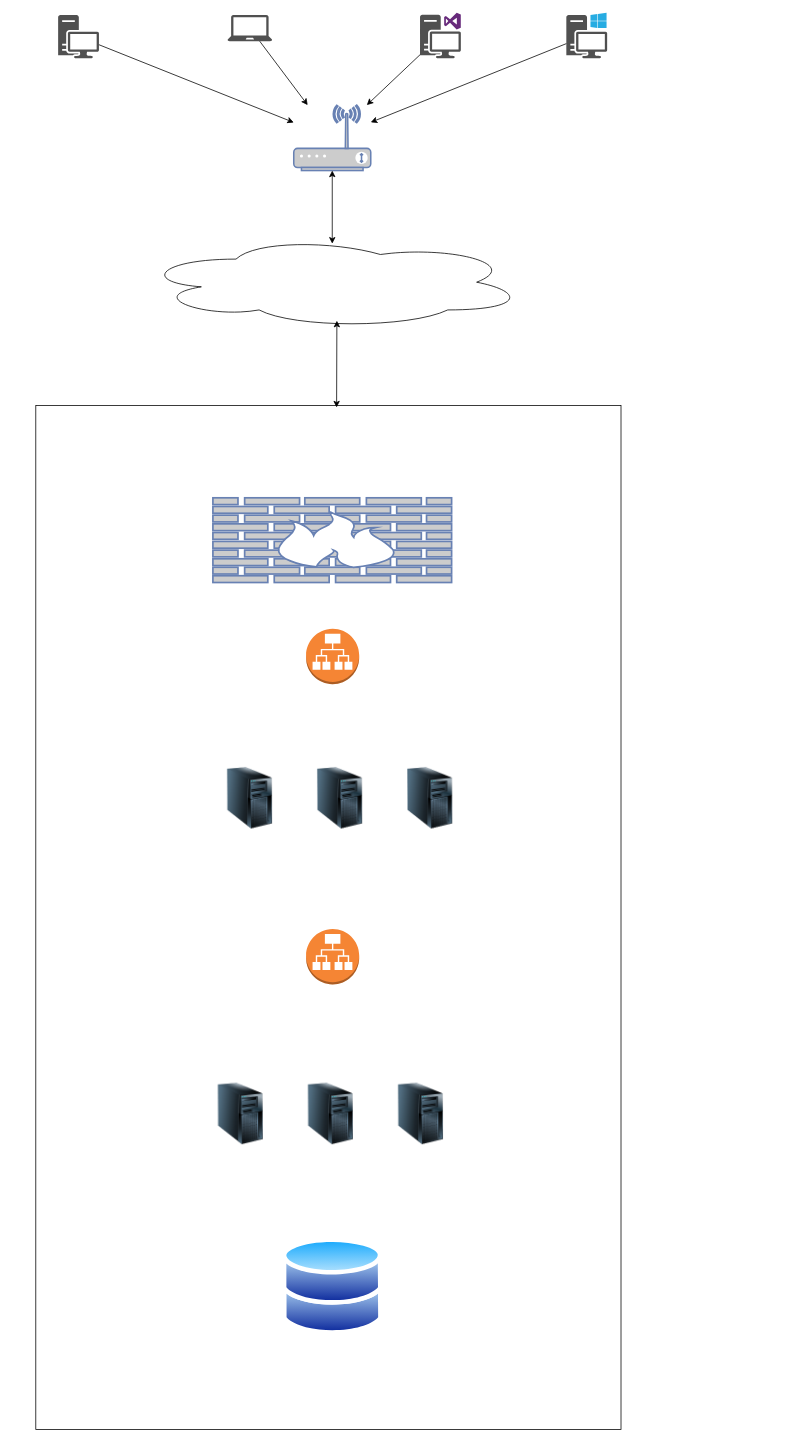
The draw.io diagram Untitled Diagram.drawio in poojamoulika06/diagrams, before the edit. Source tidied: cells renumbered, new cells numbered last; positions are measured from the earlier drawing's top-left corner, leaving out a move shared by most shapes. Both pictures are drawn from the tidied source at 77%, with x=0, y=0 at pixel (35, 12).
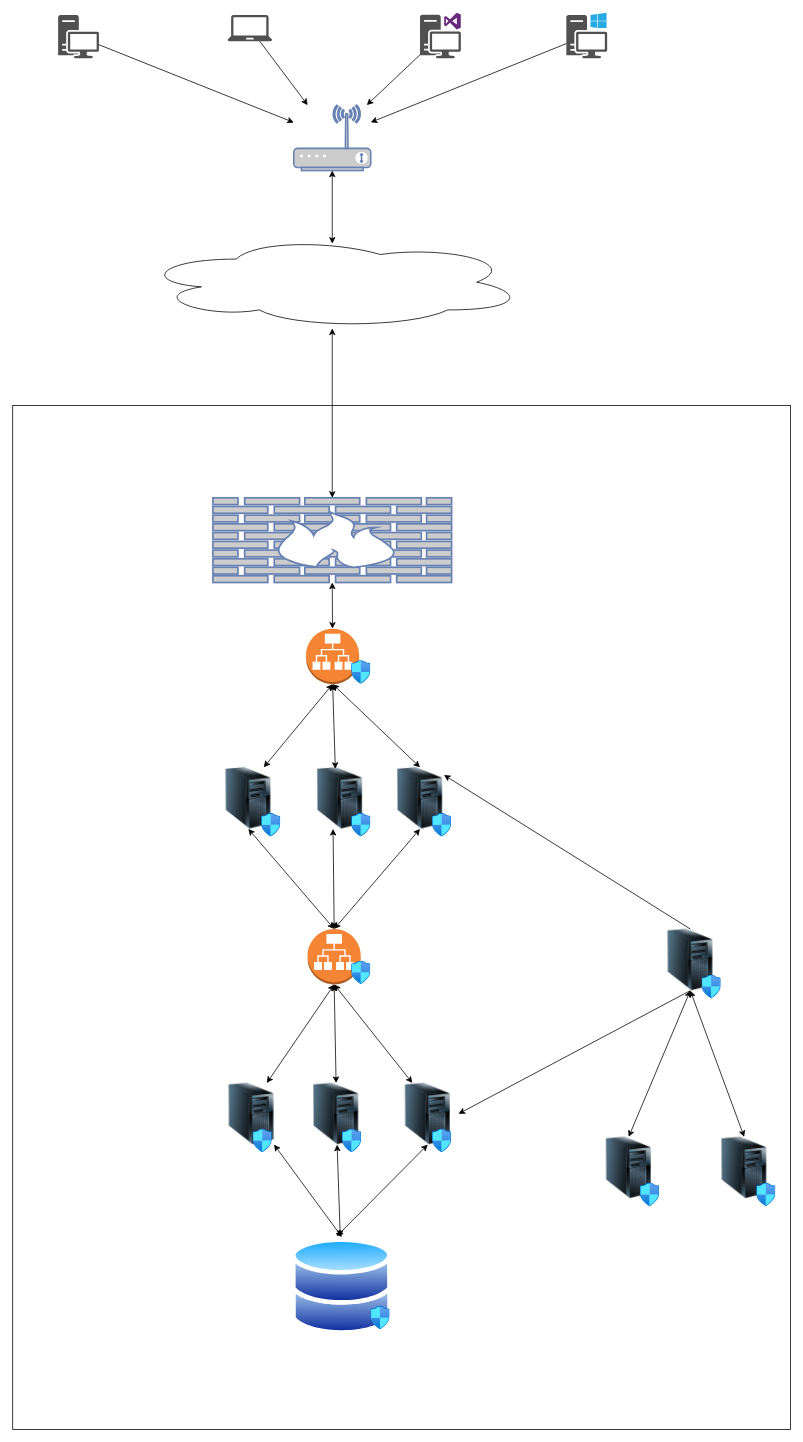
Above is the later version.

Unchanged cells that the change refers to:
```xml
<mxCell id="11" style="ellipse;shape=cloud;whiteSpace=wrap;html=1;" parent="1" vertex="1">
  <mxGeometry x="135" y="290" width="500" height="120" as="geometry" />
</mxCell>
<mxCell id="15" style="fontColor=#0066CC;verticalAlign=top;verticalLabelPosition=bottom;labelPosition=center;align=center;html=1;outlineConnect=0;fillColor=#CCCCCC;strokeColor=#6881B3;gradientColor=none;gradientDirection=north;strokeWidth=2;shape=mxgraph.networks.firewall;" parent="1" vertex="1">
  <mxGeometry x="230" y="630" width="310" height="110" as="geometry" />
</mxCell>
<mxCell id="16" style="outlineConnect=0;dashed=0;verticalLabelPosition=bottom;verticalAlign=top;align=center;html=1;shape=mxgraph.aws3.application_load_balancer;fillColor=#F58534;gradientColor=none;" parent="1" vertex="1">
  <mxGeometry x="351" y="800" width="69" height="72" as="geometry" />
</mxCell>
<mxCell id="18" style="image;html=1;image=img/lib/clip_art/computers/Server_Tower_128x128.png;" parent="1" vertex="1">
  <mxGeometry x="355" y="980" width="80" height="80" as="geometry" />
</mxCell>
```

What changed in the source:
```diff
@@
     <mxCell id="13" style="rounded=0;whiteSpace=wrap;html=1;" parent="1" vertex="1">
-      <mxGeometry y="510" width="760" height="1330" as="geometry" />
+      <mxGeometry x="-30" y="510" width="1010" height="1330" as="geometry" />
     </mxCell>
-    <mxCell id="14" style="endArrow=classic;startArrow=classic;html=1;rounded=0;exitX=0.514;exitY=0.002;exitDx=0;exitDy=0;exitPerimeter=0;" parent="1" edge="1" source="13">
-      <mxGeometry relative="1" as="geometry">
-        <mxPoint x="391" y="400" as="targetPoint" />
-      </mxGeometry>
-    </mxCell>
@@
     <mxCell id="17" style="image;html=1;image=img/lib/clip_art/computers/Server_Tower_128x128.png;" parent="1" vertex="1">
-      <mxGeometry x="238" y="980" width="80" height="80" as="geometry" />
+      <mxGeometry x="236" y="980" width="80" height="80" as="geometry" />
     </mxCell>
@@
     <mxCell id="19" style="image;html=1;image=img/lib/clip_art/computers/Server_Tower_128x128.png;" parent="1" vertex="1">
-      <mxGeometry x="472" y="980" width="80" height="80" as="geometry" />
+      <mxGeometry x="459" y="980" width="80" height="80" as="geometry" />
     </mxCell>
     <mxCell id="20" style="outlineConnect=0;dashed=0;verticalLabelPosition=bottom;verticalAlign=top;align=center;html=1;shape=mxgraph.aws3.application_load_balancer;fillColor=#F58534;gradientColor=none;" parent="1" vertex="1">
-      <mxGeometry x="351" y="1190" width="69" height="72" as="geometry" />
+      <mxGeometry x="353" y="1190" width="69" height="72" as="geometry" />
     </mxCell>
     <mxCell id="21" style="image;html=1;image=img/lib/clip_art/computers/Server_Tower_128x128.png;" parent="1" vertex="1">
-      <mxGeometry x="226" y="1390" width="80" height="80" as="geometry" />
+      <mxGeometry x="240" y="1390" width="80" height="80" as="geometry" />
     </mxCell>
     <mxCell id="22" style="image;html=1;image=img/lib/clip_art/computers/Server_Tower_128x128.png;" parent="1" vertex="1">
-      <mxGeometry x="343" y="1390" width="80" height="80" as="geometry" />
+      <mxGeometry x="350" y="1390" width="80" height="80" as="geometry" />
     </mxCell>
     <mxCell id="23" style="image;html=1;image=img/lib/clip_art/computers/Server_Tower_128x128.png;" parent="1" vertex="1">
-      <mxGeometry x="460" y="1390" width="80" height="80" as="geometry" />
+      <mxGeometry x="469" y="1390" width="80" height="80" as="geometry" />
     </mxCell>
     <mxCell id="24" style="image;perimeter=ellipsePerimeter;html=1;align=center;shadow=0;dashed=0;spacingTop=3;image=img/lib/active_directory/databases.svg;" parent="1" vertex="1">
-      <mxGeometry x="320" y="1590" width="131" height="128.4" as="geometry" />
+      <mxGeometry x="332" y="1590" width="131" height="128.4" as="geometry" />
     </mxCell>
+    <mxCell id="25" style="image;html=1;align=center;fontSize=12;image=img/lib/azure2/networking/Network_Security_Groups.svg;" parent="1" vertex="1">
+      <mxGeometry x="410" y="841.6" width="25" height="30.4" as="geometry" />
+    </mxCell>
+    <mxCell id="26" style="image;html=1;align=center;fontSize=12;image=img/lib/azure2/networking/Network_Security_Groups.svg;" parent="1" vertex="1">
+      <mxGeometry x="515" y="1040" width="25" height="30.4" as="geometry" />
+    </mxCell>
+    <mxCell id="27" style="image;html=1;align=center;fontSize=12;image=img/lib/azure2/networking/Network_Security_Groups.svg;" parent="1" vertex="1">
+      <mxGeometry x="410" y="1040" width="25" height="30.4" as="geometry" />
+    </mxCell>
+    <mxCell id="28" style="image;html=1;align=center;fontSize=12;image=img/lib/azure2/networking/Network_Security_Groups.svg;" parent="1" vertex="1">
+      <mxGeometry x="293" y="1040" width="25" height="30.4" as="geometry" />
+    </mxCell>
+    <mxCell id="29" style="image;html=1;align=center;fontSize=12;image=img/lib/azure2/networking/Network_Security_Groups.svg;" parent="1" vertex="1">
+      <mxGeometry x="410" y="1231.6" width="25" height="30.4" as="geometry" />
+    </mxCell>
+    <mxCell id="30" style="image;html=1;align=center;fontSize=12;image=img/lib/azure2/networking/Network_Security_Groups.svg;" parent="1" vertex="1">
+      <mxGeometry x="282" y="1450" width="25" height="30.4" as="geometry" />
+    </mxCell>
+    <mxCell id="31" style="image;html=1;align=center;fontSize=12;image=img/lib/azure2/networking/Network_Security_Groups.svg;" parent="1" vertex="1">
+      <mxGeometry x="398" y="1450" width="25" height="30.4" as="geometry" />
+    </mxCell>
+    <mxCell id="32" style="image;html=1;align=center;fontSize=12;image=img/lib/azure2/networking/Network_Security_Groups.svg;" parent="1" vertex="1">
+      <mxGeometry x="515" y="1450" width="25" height="30.4" as="geometry" />
+    </mxCell>
+    <mxCell id="33" style="image;html=1;align=center;fontSize=12;image=img/lib/azure2/networking/Network_Security_Groups.svg;" parent="1" vertex="1">
+      <mxGeometry x="435" y="1680" width="25" height="30.4" as="geometry" />
+    </mxCell>
+    <mxCell id="34" style="endArrow=classic;startArrow=classic;html=1;rounded=0;" parent="1" edge="1" source="15" target="11">
+      <mxGeometry relative="1" as="geometry" />
+    </mxCell>
+    <mxCell id="35" style="endArrow=classic;startArrow=classic;html=1;rounded=0;exitX=0.5;exitY=1;exitDx=0;exitDy=0;exitPerimeter=0;" parent="1" edge="1" source="15" target="16">
+      <mxGeometry relative="1" as="geometry" />
+    </mxCell>
+    <mxCell id="36" style="endArrow=classic;startArrow=classic;html=1;rounded=0;entryX=0.5;entryY=1;entryDx=0;entryDy=0;entryPerimeter=0;exitX=0.425;exitY=0.025;exitDx=0;exitDy=0;exitPerimeter=0;" parent="1" edge="1" source="18" target="16">
+      <mxGeometry relative="1" as="geometry" />
+    </mxCell>
+    <mxCell id="37" style="endArrow=classic;startArrow=classic;html=1;rounded=0;exitX=0.75;exitY=0;exitDx=0;exitDy=0;entryX=0.5;entryY=1;entryDx=0;entryDy=0;entryPerimeter=0;" parent="1" edge="1" source="17" target="16">
+      <mxGeometry relative="1" as="geometry" />
+    </mxCell>
+    <mxCell id="38" style="endArrow=classic;startArrow=classic;html=1;rounded=0;exitX=0.5;exitY=0;exitDx=0;exitDy=0;entryX=0.5;entryY=1;entryDx=0;entryDy=0;entryPerimeter=0;" parent="1" edge="1" source="19" target="16">
+      <mxGeometry relative="1" as="geometry" />
+    </mxCell>
+    <mxCell id="39" style="endArrow=classic;startArrow=classic;html=1;rounded=0;exitX=0.5;exitY=0;exitDx=0;exitDy=0;exitPerimeter=0;entryX=0.388;entryY=1;entryDx=0;entryDy=0;entryPerimeter=0;" parent="1" edge="1" source="20" target="18">
+      <mxGeometry relative="1" as="geometry" />
+    </mxCell>
+    <mxCell id="40" style="endArrow=classic;startArrow=classic;html=1;rounded=0;exitX=0.5;exitY=0;exitDx=0;exitDy=0;entryX=0.5;entryY=1;entryDx=0;entryDy=0;entryPerimeter=0;" parent="1" edge="1" source="22" target="20">
+      <mxGeometry relative="1" as="geometry" />
+    </mxCell>
+    <mxCell id="41" style="endArrow=classic;startArrow=classic;html=1;rounded=0;exitX=0.75;exitY=0;exitDx=0;exitDy=0;entryX=0.5;entryY=1;entryDx=0;entryDy=0;entryPerimeter=0;" parent="1" edge="1" source="21" target="20">
+      <mxGeometry relative="1" as="geometry" />
+    </mxCell>
+    <mxCell id="42" style="endArrow=classic;startArrow=classic;html=1;rounded=0;entryX=0.5;entryY=1;entryDx=0;entryDy=0;entryPerimeter=0;exitX=0.25;exitY=0;exitDx=0;exitDy=0;" parent="1" edge="1" source="23" target="20">
+      <mxGeometry relative="1" as="geometry" />
+    </mxCell>
+    <mxCell id="43" style="endArrow=classic;startArrow=classic;html=1;rounded=0;exitX=0.45;exitY=-0.008;exitDx=0;exitDy=0;entryX=0.5;entryY=1;entryDx=0;entryDy=0;exitPerimeter=0;" parent="1" edge="1" source="24" target="23">
+      <mxGeometry relative="1" as="geometry" />
+    </mxCell>
+    <mxCell id="44" style="endArrow=classic;startArrow=classic;html=1;rounded=0;" parent="1" edge="1" source="24" target="22">
+      <mxGeometry relative="1" as="geometry" />
+    </mxCell>
+    <mxCell id="45" style="endArrow=classic;startArrow=classic;html=1;rounded=0;entryX=0.5;entryY=0;entryDx=0;entryDy=0;" parent="1" edge="1" source="21" target="24">
+      <mxGeometry relative="1" as="geometry" />
+    </mxCell>
+    <mxCell id="46" style="endArrow=classic;startArrow=classic;html=1;rounded=0;exitX=0.5;exitY=0;exitDx=0;exitDy=0;exitPerimeter=0;entryX=0.5;entryY=1;entryDx=0;entryDy=0;" parent="1" edge="1" source="20" target="17">
+      <mxGeometry relative="1" as="geometry" />
+    </mxCell>
+    <mxCell id="47" style="endArrow=classic;startArrow=classic;html=1;rounded=0;entryX=0.5;entryY=1;entryDx=0;entryDy=0;exitX=0.5;exitY=0;exitDx=0;exitDy=0;exitPerimeter=0;" parent="1" edge="1" source="20" target="19">
+      <mxGeometry relative="1" as="geometry" />
+    </mxCell>
+    <mxCell id="48" style="image;html=1;image=img/lib/clip_art/computers/Server_Tower_128x128.png;" parent="1" vertex="1">
+      <mxGeometry x="810" y="1190" width="80" height="80" as="geometry" />
+    </mxCell>
+    <mxCell id="49" style="image;html=1;align=center;fontSize=12;image=img/lib/azure2/networking/Network_Security_Groups.svg;" parent="1" vertex="1">
+      <mxGeometry x="865" y="1250" width="25" height="30.4" as="geometry" />
+    </mxCell>
+    <mxCell id="50" style="image;html=1;image=img/lib/clip_art/computers/Server_Tower_128x128.png;" parent="1" vertex="1">
+      <mxGeometry x="730" y="1460" width="80" height="80" as="geometry" />
+    </mxCell>
+    <mxCell id="51" style="image;html=1;align=center;fontSize=12;image=img/lib/azure2/networking/Network_Security_Groups.svg;" parent="1" vertex="1">
+      <mxGeometry x="785" y="1520" width="25" height="30.4" as="geometry" />
+    </mxCell>
+    <mxCell id="52" style="image;html=1;image=img/lib/clip_art/computers/Server_Tower_128x128.png;" parent="1" vertex="1">
+      <mxGeometry x="880" y="1460" width="80" height="80" as="geometry" />
+    </mxCell>
+    <mxCell id="53" style="image;html=1;align=center;fontSize=12;image=img/lib/azure2/networking/Network_Security_Groups.svg;" parent="1" vertex="1">
+      <mxGeometry x="936" y="1520" width="25" height="30.4" as="geometry" />
+    </mxCell>
+    <mxCell id="54" style="endArrow=classic;html=1;rounded=0;exitX=0.5;exitY=0;exitDx=0;exitDy=0;entryX=0.888;entryY=0.125;entryDx=0;entryDy=0;entryPerimeter=0;" parent="1" edge="1" source="48" target="19">
+      <mxGeometry relative="1" as="geometry" />
+    </mxCell>
+    <mxCell id="55" style="endArrow=classic;html=1;rounded=0;exitX=0.5;exitY=1;exitDx=0;exitDy=0;entryX=1;entryY=0.5;entryDx=0;entryDy=0;" parent="1" edge="1" source="48" target="23">
+      <mxGeometry relative="1" as="geometry" />
+    </mxCell>
+    <mxCell id="56" style="endArrow=classic;startArrow=classic;html=1;rounded=0;entryX=0.5;entryY=1;entryDx=0;entryDy=0;exitX=0.5;exitY=0;exitDx=0;exitDy=0;" parent="1" edge="1" source="50" target="48">
+      <mxGeometry relative="1" as="geometry" />
+    </mxCell>
+    <mxCell id="57" style="endArrow=classic;startArrow=classic;html=1;rounded=0;entryX=0.5;entryY=1;entryDx=0;entryDy=0;exitX=0.5;exitY=0;exitDx=0;exitDy=0;" parent="1" edge="1" source="52" target="48">
+      <mxGeometry relative="1" as="geometry" />
+    </mxCell>
```
